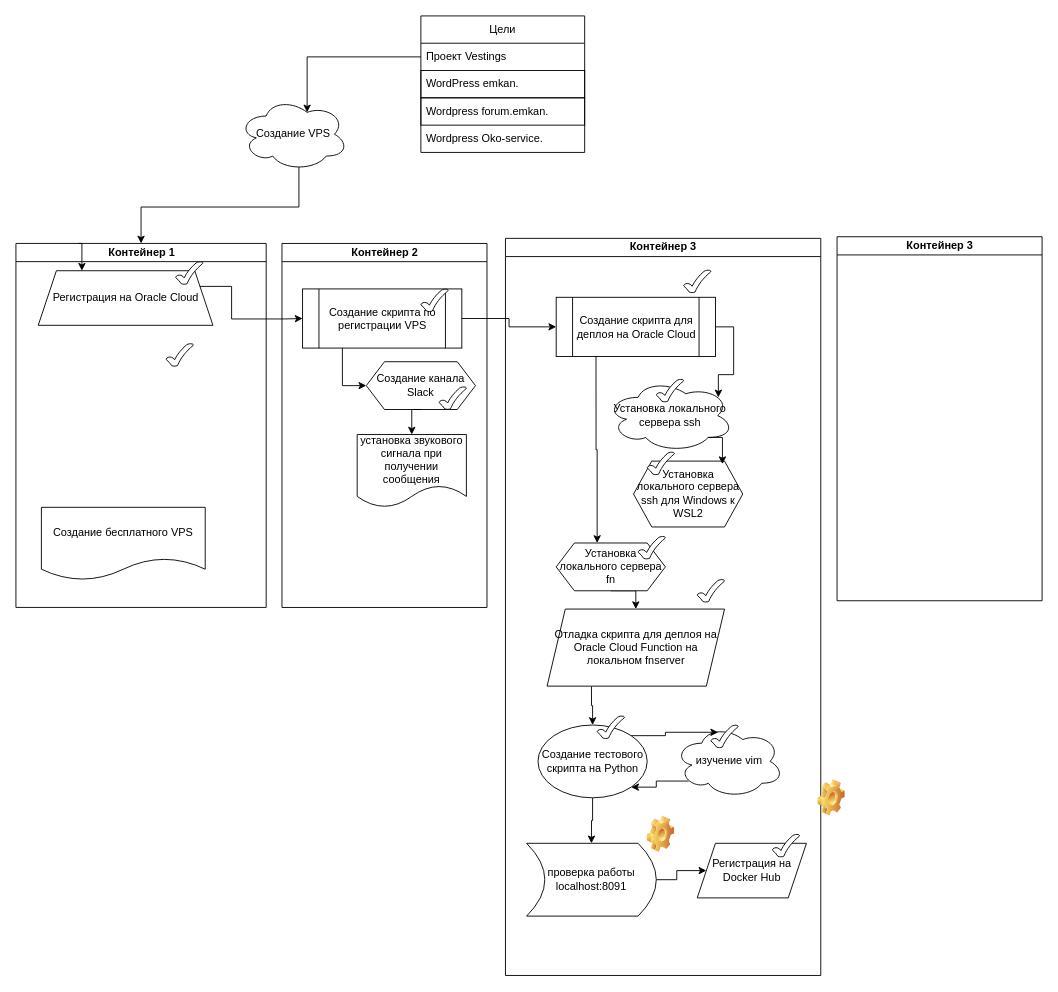
Earlier version of the draw.io diagram ЖИЦЗО_1.drawio (ElvenRivendil/Diagrams_blocks_algoritms). Source tidied: cells renumbered, new cells numbered last; positions are measured from the earlier drawing's top-left corner, leaving out a move shared by most shapes. Both pictures are drawn from the tidied source at 91%, with x=0, y=0 at pixel (-42, 15).
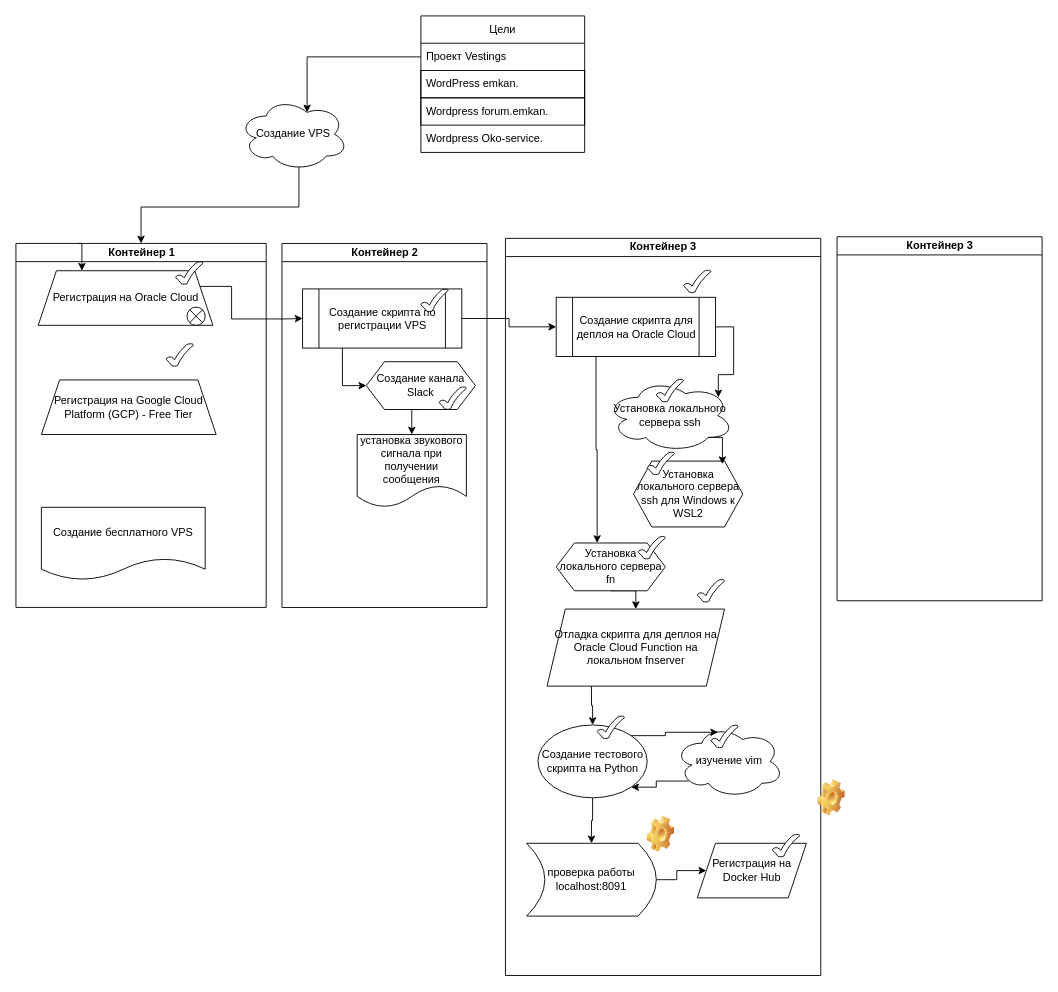
Above is the later version.

Unchanged cells that the change refers to:
```xml
<mxCell id="2" value="Контейнер 1" style="swimlane;html=1;startSize=20;horizontal=0;rotation=90;flipV=0;flipH=0;" parent="1" vertex="1">
  <mxGeometry x="0.5" y="312.5" width="400" height="275" as="geometry" />
</mxCell>
```

What changed in the source:
```diff
@@
+    <mxCell id="56" value="Регистрация на Google Cloud Platform (GCP) - Free Tier" style="shape=trapezoid;perimeter=trapezoidPerimeter;whiteSpace=wrap;html=1;fixedSize=1;" parent="2" vertex="1">
+      <mxGeometry x="90.5" y="87.5" width="192" height="60" as="geometry" />
+    </mxCell>
+    <mxCell id="57" style="shape=sumEllipse;perimeter=ellipsePerimeter;whiteSpace=wrap;html=1;backgroundOutline=1;" parent="2" vertex="1">
+      <mxGeometry x="250.5" y="7.5" width="20" height="20" as="geometry" />
+    </mxCell>
```
